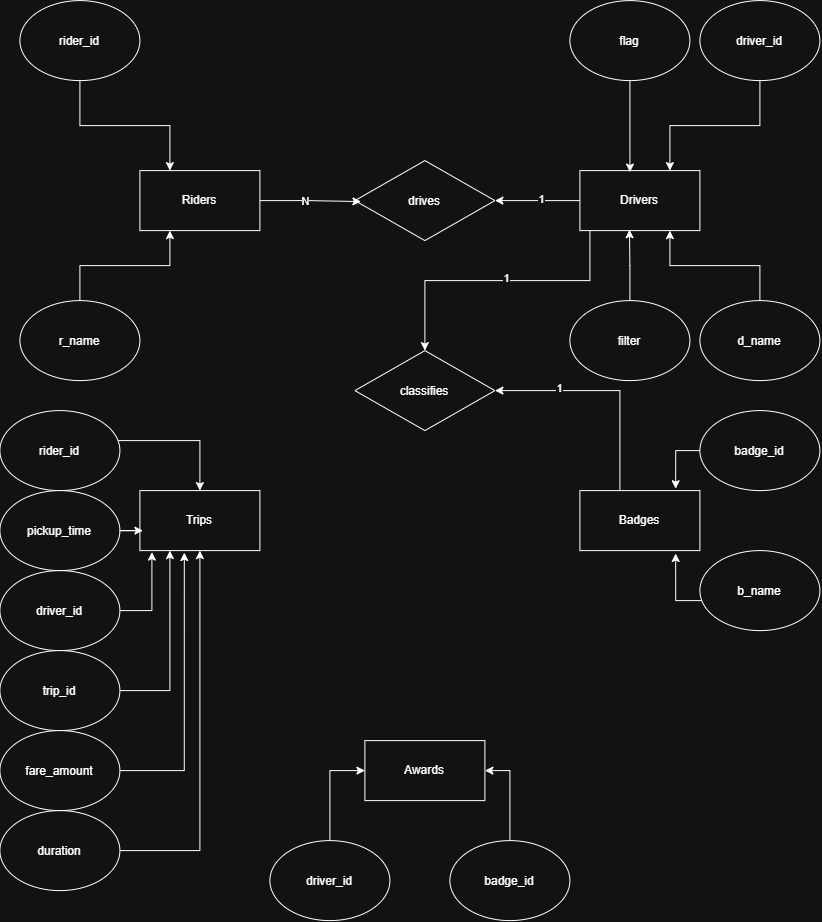
Above: schema/erd.png in EricksonTNguyen/ex603-ride-sharing-database (draw.io), before the change. Source tidied: cells renumbered, new cells last; positions are measured from the earlier drawing's top-left corner, leaving out a move shared by most shapes.
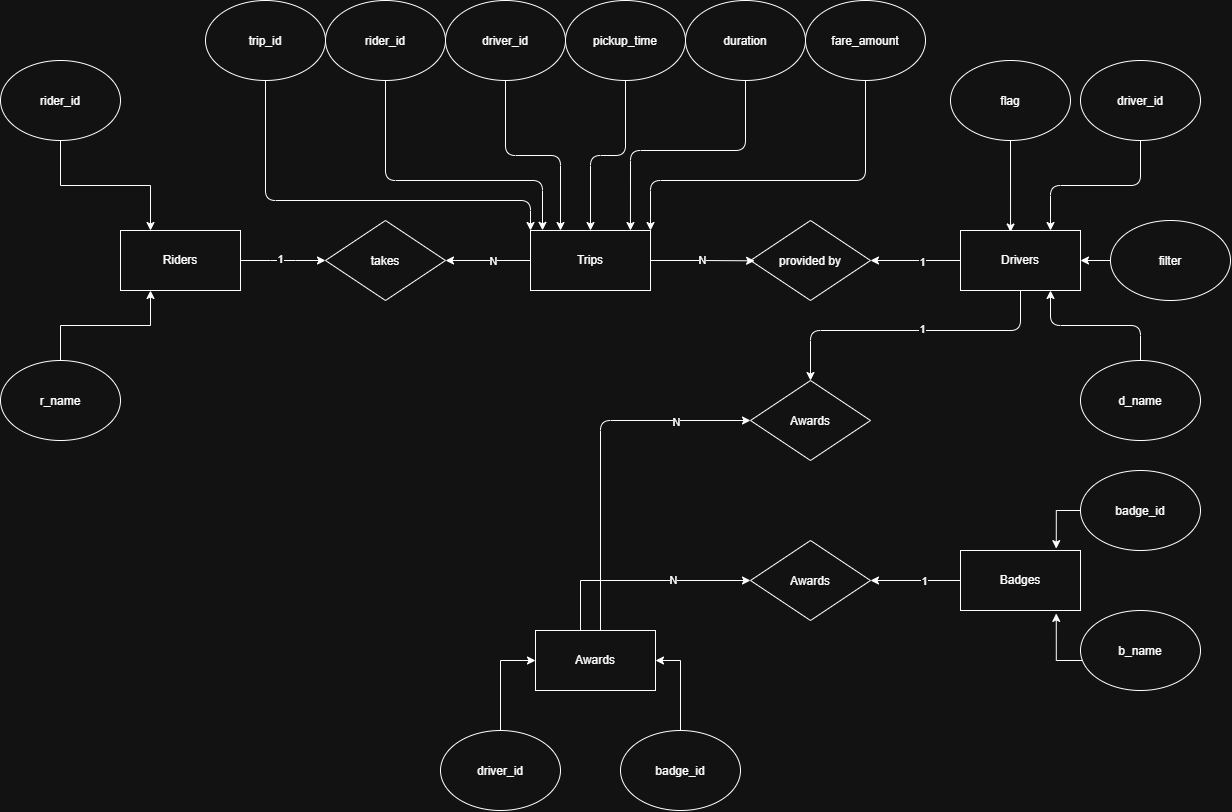
The same file after the commit.

Commit message:
updated erd w/ more relations

Diff of the diagram source:
```diff
@@ -2,67 +2,95 @@
   <root>
     <mxCell id="0" />
     <mxCell id="1" parent="0" />
+    <mxCell id="49" style="edgeStyle=entityRelationEdgeStyle;rounded=0;jettySize=auto;html=1;entryX=0;entryY=0.5;entryDx=0;entryDy=0;shape=filledEdge;" parent="1" edge="1" source="2" target="63">
+      <mxGeometry relative="1" as="geometry" />
+    </mxCell>
+    <mxCell id="50" value="1" style="edgeLabel;html=1;align=center;verticalAlign=middle;" parent="49" vertex="1">
+      <mxGeometry x="-0.08" y="2" relative="1" as="geometry" />
+    </mxCell>
     <mxCell id="2" value="Riders" style="rounded=0;whiteSpace=wrap;html=1;" parent="1" vertex="1">
-      <mxGeometry x="140" y="170" width="120" height="60" as="geometry" />
+      <mxGeometry x="-260" y="170" width="120" height="60" as="geometry" />
     </mxCell>
-    <mxCell id="3" style="edgeStyle=orthogonalEdgeStyle;rounded=0;jettySize=auto;html=1;entryX=1;entryY=0.5;entryDx=0;entryDy=0;" parent="1" edge="1" source="7" target="45">
-      <mxGeometry relative="1" as="geometry" />
-    </mxCell>
-    <mxCell id="4" value="1" style="edgeLabel;html=1;align=center;verticalAlign=middle;" parent="3" vertex="1">
-      <mxGeometry x="-0.09" y="-1" relative="1" as="geometry" />
-    </mxCell>
-    <mxCell id="5" style="edgeStyle=orthogonalEdgeStyle;rounded=0;jettySize=auto;html=1;entryX=0.5;entryY=0;entryDx=0;entryDy=0;" parent="1" edge="1" source="7" target="48">
-      <mxGeometry relative="1" as="geometry">
-        <Array as="points">
-          <mxPoint x="590" y="280" />
-          <mxPoint x="425" y="280" />
-        </Array>
-      </mxGeometry>
-    </mxCell>
-    <mxCell id="6" value="1" style="edgeLabel;html=1;align=center;verticalAlign=middle;" parent="5" vertex="1">
-      <mxGeometry x="-0.06" y="-2" relative="1" as="geometry" />
-    </mxCell>
+    <mxCell id="51" style="edgeStyle=orthogonalEdgeStyle;rounded=0;jettySize=auto;html=1;entryX=1;entryY=0.5;entryDx=0;entryDy=0;" parent="1" edge="1" source="7" target="64">
+      <mxGeometry relative="1" as="geometry" />
+    </mxCell>
+    <mxCell id="52" value="1" style="edgeLabel;html=1;align=center;verticalAlign=middle;" parent="51" vertex="1">
+      <mxGeometry x="-0.13" y="1" relative="1" as="geometry" />
+    </mxCell>
+    <mxCell id="53" style="edgeStyle=orthogonalEdgeStyle;rounded=1;jettySize=auto;html=1;entryX=0.5;entryY=0;entryDx=0;entryDy=0;curved=0;" parent="1" edge="1" source="7" target="67">
+      <mxGeometry relative="1" as="geometry">
+        <Array as="points">
+          <mxPoint x="640" y="270" />
+          <mxPoint x="430" y="270" />
+        </Array>
+      </mxGeometry>
+    </mxCell>
+    <mxCell id="54" value="1" style="edgeLabel;html=1;align=center;verticalAlign=middle;" parent="53" vertex="1">
+      <mxGeometry x="-0.08" y="-2" relative="1" as="geometry" />
+    </mxCell>
     <mxCell id="7" value="Drivers" style="rounded=0;whiteSpace=wrap;html=1;" parent="1" vertex="1">
       <mxGeometry x="580" y="170" width="120" height="60" as="geometry" />
     </mxCell>
+    <mxCell id="55" style="edgeStyle=orthogonalEdgeStyle;rounded=0;jettySize=auto;html=1;entryX=1;entryY=0.5;entryDx=0;entryDy=0;" parent="1" edge="1" source="8" target="63">
+      <mxGeometry relative="1" as="geometry" />
+    </mxCell>
+    <mxCell id="56" value="N" style="edgeLabel;html=1;align=center;verticalAlign=middle;" parent="55" vertex="1">
+      <mxGeometry x="-0.1" relative="1" as="geometry" />
+    </mxCell>
     <mxCell id="8" value="Trips" style="rounded=0;whiteSpace=wrap;html=1;" parent="1" vertex="1">
-      <mxGeometry x="140" y="490" width="120" height="60" as="geometry" />
+      <mxGeometry x="150" y="170" width="120" height="60" as="geometry" />
     </mxCell>
-    <mxCell id="9" style="edgeStyle=orthogonalEdgeStyle;rounded=0;jettySize=auto;html=1;entryX=1;entryY=0.5;entryDx=0;entryDy=0;" parent="1" edge="1" source="11" target="48">
-      <mxGeometry relative="1" as="geometry">
-        <Array as="points">
-          <mxPoint x="620" y="390" />
-        </Array>
-      </mxGeometry>
-    </mxCell>
-    <mxCell id="10" value="1" style="edgeLabel;html=1;align=center;verticalAlign=middle;" parent="9" vertex="1">
-      <mxGeometry x="0.43" y="-2" relative="1" as="geometry" />
-    </mxCell>
+    <mxCell id="57" style="edgeStyle=orthogonalEdgeStyle;rounded=0;jettySize=auto;html=1;entryX=1;entryY=0.5;entryDx=0;entryDy=0;" parent="1" edge="1" source="11" target="68">
+      <mxGeometry relative="1" as="geometry" />
+    </mxCell>
+    <mxCell id="58" value="1" style="edgeLabel;html=1;align=center;verticalAlign=middle;" parent="57" vertex="1">
+      <mxGeometry x="-0.17" relative="1" as="geometry" />
+    </mxCell>
     <mxCell id="11" value="Badges" style="rounded=0;whiteSpace=wrap;html=1;" parent="1" vertex="1">
       <mxGeometry x="580" y="490" width="120" height="60" as="geometry" />
     </mxCell>
+    <mxCell id="59" style="edgeStyle=orthogonalEdgeStyle;rounded=1;jettySize=auto;html=1;entryX=0;entryY=0.5;entryDx=0;entryDy=0;curved=0;" parent="1" edge="1" source="12" target="67">
+      <mxGeometry relative="1" as="geometry">
+        <Array as="points">
+          <mxPoint x="220" y="360" />
+        </Array>
+      </mxGeometry>
+    </mxCell>
+    <mxCell id="60" value="N" style="edgeLabel;html=1;align=center;verticalAlign=middle;" parent="59" vertex="1">
+      <mxGeometry x="0.58" y="-1" relative="1" as="geometry" />
+    </mxCell>
+    <mxCell id="61" style="edgeStyle=orthogonalEdgeStyle;rounded=0;jettySize=auto;html=1;entryX=0;entryY=0.5;entryDx=0;entryDy=0;" parent="1" edge="1" source="12" target="68">
+      <mxGeometry relative="1" as="geometry">
+        <Array as="points">
+          <mxPoint x="200" y="520" />
+        </Array>
+      </mxGeometry>
+    </mxCell>
+    <mxCell id="62" value="N" style="edgeLabel;html=1;align=center;verticalAlign=middle;" parent="61" vertex="1">
+      <mxGeometry x="0.29" y="1" relative="1" as="geometry" />
+    </mxCell>
     <mxCell id="12" value="Awards" style="rounded=0;whiteSpace=wrap;html=1;" parent="1" vertex="1">
-      <mxGeometry x="365" y="740" width="120" height="60" as="geometry" />
+      <mxGeometry x="155" y="570" width="120" height="60" as="geometry" />
     </mxCell>
     <mxCell id="13" style="edgeStyle=orthogonalEdgeStyle;rounded=0;jettySize=auto;html=1;entryX=0.25;entryY=0;entryDx=0;entryDy=0;" parent="1" edge="1" source="14" target="2">
       <mxGeometry relative="1" as="geometry" />
     </mxCell>
     <mxCell id="14" value="rider_id" style="ellipse;whiteSpace=wrap;html=1;shapeInside=1;" parent="1" vertex="1">
-      <mxGeometry x="20" width="120" height="80" as="geometry" />
+      <mxGeometry x="-380" width="120" height="80" as="geometry" />
     </mxCell>
     <mxCell id="15" style="edgeStyle=orthogonalEdgeStyle;rounded=0;jettySize=auto;html=1;entryX=0.25;entryY=1;entryDx=0;entryDy=0;" parent="1" edge="1" source="16" target="2">
       <mxGeometry relative="1" as="geometry" />
     </mxCell>
     <mxCell id="16" value="r_&lt;span style=&quot;background-color: transparent; color: light-dark(rgb(0, 0, 0), rgb(255, 255, 255));&quot;&gt;name&lt;/span&gt;" style="ellipse;whiteSpace=wrap;html=1;shapeInside=1;" parent="1" vertex="1">
-      <mxGeometry x="20" y="300" width="120" height="80" as="geometry" />
+      <mxGeometry x="-380" y="300" width="120" height="80" as="geometry" />
     </mxCell>
-    <mxCell id="17" style="edgeStyle=orthogonalEdgeStyle;rounded=0;jettySize=auto;html=1;entryX=0.75;entryY=0;entryDx=0;entryDy=0;" parent="1" edge="1" source="18" target="7">
+    <mxCell id="17" style="edgeStyle=orthogonalEdgeStyle;rounded=1;jettySize=auto;html=1;entryX=0.75;entryY=0;entryDx=0;entryDy=0;curved=0;" parent="1" edge="1" source="18" target="7">
       <mxGeometry relative="1" as="geometry" />
     </mxCell>
     <mxCell id="18" value="driver_id" style="ellipse;whiteSpace=wrap;html=1;shapeInside=1;" parent="1" vertex="1">
       <mxGeometry x="700" width="120" height="80" as="geometry" />
     </mxCell>
-    <mxCell id="19" style="edgeStyle=orthogonalEdgeStyle;rounded=0;jettySize=auto;html=1;entryX=0.75;entryY=1;entryDx=0;entryDy=0;" parent="1" edge="1" source="20" target="7">
+    <mxCell id="19" style="edgeStyle=orthogonalEdgeStyle;rounded=1;jettySize=auto;html=1;entryX=0.75;entryY=1;entryDx=0;entryDy=0;curved=0;" parent="1" edge="1" source="20" target="7">
       <mxGeometry relative="1" as="geometry" />
     </mxCell>
     <mxCell id="20" value="d_&lt;span style=&quot;background-color: transparent; color: light-dark(rgb(0, 0, 0), rgb(255, 255, 255));&quot;&gt;name&lt;/span&gt;" style="ellipse;whiteSpace=wrap;html=1;shapeInside=1;" parent="1" vertex="1">
@@ -71,55 +99,55 @@
     <mxCell id="21" value="flag" style="ellipse;whiteSpace=wrap;html=1;shapeInside=1;" parent="1" vertex="1">
       <mxGeometry x="570" width="120" height="80" as="geometry" />
     </mxCell>
+    <mxCell id="24" style="edgeStyle=orthogonalEdgeStyle;rounded=0;jettySize=auto;html=1;entryX=1;entryY=0.5;entryDx=0;entryDy=0;" parent="1" edge="1" source="22" target="7">
+      <mxGeometry relative="1" as="geometry" />
+    </mxCell>
     <mxCell id="22" value="filter" style="ellipse;whiteSpace=wrap;html=1;shapeInside=1;" parent="1" vertex="1">
-      <mxGeometry x="570" y="300" width="120" height="80" as="geometry" />
+      <mxGeometry x="730" y="160" width="120" height="80" as="geometry" />
     </mxCell>
     <mxCell id="23" style="edgeStyle=orthogonalEdgeStyle;rounded=0;jettySize=auto;html=1;entryX=0.417;entryY=0.025;entryDx=0;entryDy=0;entryPerimeter=0;" parent="1" edge="1" source="21" target="7">
       <mxGeometry relative="1" as="geometry" />
     </mxCell>
-    <mxCell id="24" style="edgeStyle=orthogonalEdgeStyle;rounded=0;jettySize=auto;html=1;entryX=0.413;entryY=0.985;entryDx=0;entryDy=0;entryPerimeter=0;" parent="1" edge="1" source="22" target="7">
-      <mxGeometry relative="1" as="geometry" />
-    </mxCell>
-    <mxCell id="25" style="edgeStyle=orthogonalEdgeStyle;rounded=0;jettySize=auto;html=1;entryX=0.5;entryY=0;entryDx=0;entryDy=0;" parent="1" edge="1" source="26" target="8">
-      <mxGeometry relative="1" as="geometry">
-        <Array as="points">
-          <mxPoint x="200" y="440" />
-        </Array>
-      </mxGeometry>
-    </mxCell>
     <mxCell id="26" value="rider_id" style="ellipse;whiteSpace=wrap;html=1;shapeInside=1;" parent="1" vertex="1">
-      <mxGeometry y="410" width="120" height="80" as="geometry" />
+      <mxGeometry x="-55" y="-60" width="120" height="80" as="geometry" />
     </mxCell>
+    <mxCell id="35" style="edgeStyle=orthogonalEdgeStyle;rounded=1;jettySize=auto;html=1;entryX=0.25;entryY=0;entryDx=0;entryDy=0;curved=0;" parent="1" edge="1" source="27" target="8">
+      <mxGeometry relative="1" as="geometry" />
+    </mxCell>
     <mxCell id="27" value="driver_id" style="ellipse;whiteSpace=wrap;html=1;shapeInside=1;" parent="1" vertex="1">
-      <mxGeometry y="570" width="120" height="80" as="geometry" />
+      <mxGeometry x="65" y="-60" width="120" height="80" as="geometry" />
     </mxCell>
+    <mxCell id="34" style="edgeStyle=orthogonalEdgeStyle;rounded=1;jettySize=auto;html=1;entryX=0.5;entryY=0;entryDx=0;entryDy=0;curved=0;" parent="1" edge="1" source="28" target="8">
+      <mxGeometry relative="1" as="geometry" />
+    </mxCell>
     <mxCell id="28" value="pickup_time&lt;div&gt;&lt;br/&gt;&lt;/div&gt;" style="ellipse;whiteSpace=wrap;html=1;shapeInside=1;" parent="1" vertex="1">
-      <mxGeometry y="490" width="120" height="80" as="geometry" />
+      <mxGeometry x="185" y="-60" width="120" height="80" as="geometry" />
     </mxCell>
-    <mxCell id="29" style="edgeStyle=orthogonalEdgeStyle;rounded=0;jettySize=auto;html=1;entryX=0.25;entryY=1;entryDx=0;entryDy=0;" parent="1" edge="1" source="30" target="8">
-      <mxGeometry relative="1" as="geometry" />
+    <mxCell id="29" style="edgeStyle=orthogonalEdgeStyle;rounded=1;jettySize=auto;html=1;entryX=0;entryY=0;entryDx=0;entryDy=0;curved=0;" parent="1" edge="1" source="30" target="8">
+      <mxGeometry relative="1" as="geometry">
+        <Array as="points">
+          <mxPoint x="-115" y="140" />
+          <mxPoint x="150" y="140" />
+        </Array>
+      </mxGeometry>
     </mxCell>
     <mxCell id="30" value="trip_id" style="ellipse;whiteSpace=wrap;html=1;shapeInside=1;" parent="1" vertex="1">
-      <mxGeometry y="650" width="120" height="80" as="geometry" />
+      <mxGeometry x="-175" y="-60" width="120" height="80" as="geometry" />
     </mxCell>
-    <mxCell id="31" style="edgeStyle=orthogonalEdgeStyle;rounded=0;jettySize=auto;html=1;entryX=0.5;entryY=1;entryDx=0;entryDy=0;" parent="1" edge="1" source="32" target="8">
-      <mxGeometry relative="1" as="geometry" />
-    </mxCell>
     <mxCell id="32" value="duration" style="ellipse;whiteSpace=wrap;html=1;shapeInside=1;" parent="1" vertex="1">
-      <mxGeometry y="810" width="120" height="80" as="geometry" />
+      <mxGeometry x="305" y="-60" width="120" height="80" as="geometry" />
     </mxCell>
+    <mxCell id="36" style="edgeStyle=orthogonalEdgeStyle;rounded=1;jettySize=auto;html=1;entryX=1;entryY=0;entryDx=0;entryDy=0;curved=0;" parent="1" edge="1" source="33" target="8">
+      <mxGeometry relative="1" as="geometry">
+        <Array as="points">
+          <mxPoint x="485" y="120" />
+          <mxPoint x="270" y="120" />
+        </Array>
+      </mxGeometry>
+    </mxCell>
     <mxCell id="33" value="fare_amount&lt;div&gt;&lt;br/&gt;&lt;/div&gt;" style="ellipse;whiteSpace=wrap;html=1;shapeInside=1;" parent="1" vertex="1">
-      <mxGeometry y="730" width="120" height="80" as="geometry" />
+      <mxGeometry x="425" y="-60" width="120" height="80" as="geometry" />
     </mxCell>
-    <mxCell id="34" style="edgeStyle=orthogonalEdgeStyle;rounded=0;jettySize=auto;html=1;entryX=0.025;entryY=0.667;entryDx=0;entryDy=0;entryPerimeter=0;" parent="1" edge="1" source="28" target="8">
-      <mxGeometry relative="1" as="geometry" />
-    </mxCell>
-    <mxCell id="35" style="edgeStyle=orthogonalEdgeStyle;rounded=0;jettySize=auto;html=1;entryX=0.1;entryY=1.025;entryDx=0;entryDy=0;entryPerimeter=0;" parent="1" edge="1" source="27" target="8">
-      <mxGeometry relative="1" as="geometry" />
-    </mxCell>
-    <mxCell id="36" style="edgeStyle=orthogonalEdgeStyle;rounded=0;jettySize=auto;html=1;entryX=0.37;entryY=1.033;entryDx=0;entryDy=0;entryPerimeter=0;" parent="1" edge="1" source="33" target="8">
-      <mxGeometry relative="1" as="geometry" />
-    </mxCell>
     <mxCell id="37" value="badge_id" style="ellipse;whiteSpace=wrap;html=1;shapeInside=1;" parent="1" vertex="1">
       <mxGeometry x="700" y="410" width="120" height="80" as="geometry" />
     </mxCell>
@@ -144,25 +172,47 @@
       <mxGeometry relative="1" as="geometry" />
     </mxCell>
     <mxCell id="42" value="driver_id" style="ellipse;whiteSpace=wrap;html=1;shapeInside=1;" parent="1" vertex="1">
-      <mxGeometry x="270" y="840" width="120" height="80" as="geometry" />
+      <mxGeometry x="60" y="670" width="120" height="80" as="geometry" />
     </mxCell>
     <mxCell id="43" style="edgeStyle=orthogonalEdgeStyle;rounded=0;jettySize=auto;html=1;entryX=1;entryY=0.5;entryDx=0;entryDy=0;" parent="1" edge="1" source="44" target="12">
       <mxGeometry relative="1" as="geometry" />
     </mxCell>
     <mxCell id="44" value="badge_id" style="ellipse;whiteSpace=wrap;html=1;shapeInside=1;" parent="1" vertex="1">
-      <mxGeometry x="450" y="840" width="120" height="80" as="geometry" />
+      <mxGeometry x="240" y="670" width="120" height="80" as="geometry" />
     </mxCell>
-    <mxCell id="45" value="drives" style="rhombus;whiteSpace=wrap;html=1;shapeInside=1;" parent="1" vertex="1">
-      <mxGeometry x="355" y="160" width="140" height="80" as="geometry" />
-    </mxCell>
-    <mxCell id="46" style="edgeStyle=orthogonalEdgeStyle;rounded=0;jettySize=auto;html=1;entryX=0.043;entryY=0.512;entryDx=0;entryDy=0;entryPerimeter=0;" parent="1" edge="1" source="2" target="45">
-      <mxGeometry relative="1" as="geometry" />
-    </mxCell>
-    <mxCell id="47" value="N" style="edgeLabel;html=1;align=center;verticalAlign=middle;" parent="46" vertex="1">
-      <mxGeometry x="-0.1" y="-1" relative="1" as="geometry" />
-    </mxCell>
-    <mxCell id="48" value="classifies" style="rhombus;whiteSpace=wrap;html=1;shapeInside=1;" parent="1" vertex="1">
-      <mxGeometry x="355" y="350" width="140" height="80" as="geometry" />
-    </mxCell>
+    <mxCell id="25" style="edgeStyle=orthogonalEdgeStyle;rounded=1;jettySize=auto;html=1;entryX=0.1;entryY=-0.003;entryDx=0;entryDy=0;entryPerimeter=0;curved=0;" parent="1" edge="1" source="26" target="8">
+      <mxGeometry relative="1" as="geometry">
+        <Array as="points">
+          <mxPoint x="5" y="120" />
+          <mxPoint x="162" y="120" />
+        </Array>
+      </mxGeometry>
+    </mxCell>
+    <mxCell id="31" style="edgeStyle=orthogonalEdgeStyle;rounded=1;jettySize=auto;html=1;entryX=0.833;entryY=0;entryDx=0;entryDy=0;entryPerimeter=0;curved=0;" parent="1" edge="1" source="32" target="8">
+      <mxGeometry relative="1" as="geometry">
+        <Array as="points">
+          <mxPoint x="365" y="90" />
+          <mxPoint x="250" y="90" />
+        </Array>
+      </mxGeometry>
+    </mxCell>
+    <mxCell id="63" value="takes" style="rhombus;whiteSpace=wrap;html=1;shapeInside=1;" parent="1" vertex="1">
+      <mxGeometry x="-55" y="160" width="120" height="80" as="geometry" />
+    </mxCell>
+    <mxCell id="64" value="&lt;div&gt;provided by&lt;/div&gt;" style="rhombus;whiteSpace=wrap;html=1;shapeInside=1;" parent="1" vertex="1">
+      <mxGeometry x="370" y="160" width="120" height="80" as="geometry" />
+    </mxCell>
+    <mxCell id="65" style="edgeStyle=orthogonalEdgeStyle;rounded=0;jettySize=auto;html=1;entryX=0.034;entryY=0.504;entryDx=0;entryDy=0;entryPerimeter=0;" parent="1" edge="1" source="8" target="64">
+      <mxGeometry relative="1" as="geometry" />
+    </mxCell>
+    <mxCell id="66" value="N" style="edgeLabel;html=1;align=center;verticalAlign=middle;" parent="65" vertex="1">
+      <mxGeometry y="1" relative="1" as="geometry" />
+    </mxCell>
+    <mxCell id="67" value="Awards" style="rhombus;whiteSpace=wrap;html=1;shapeInside=1;" parent="1" vertex="1">
+      <mxGeometry x="370" y="320" width="120" height="80" as="geometry" />
+    </mxCell>
+    <mxCell id="68" value="Awards" style="rhombus;whiteSpace=wrap;html=1;shapeInside=1;" parent="1" vertex="1">
+      <mxGeometry x="370" y="480" width="120" height="80" as="geometry" />
+    </mxCell>
   </root>
 </mxGraphModel>
```
